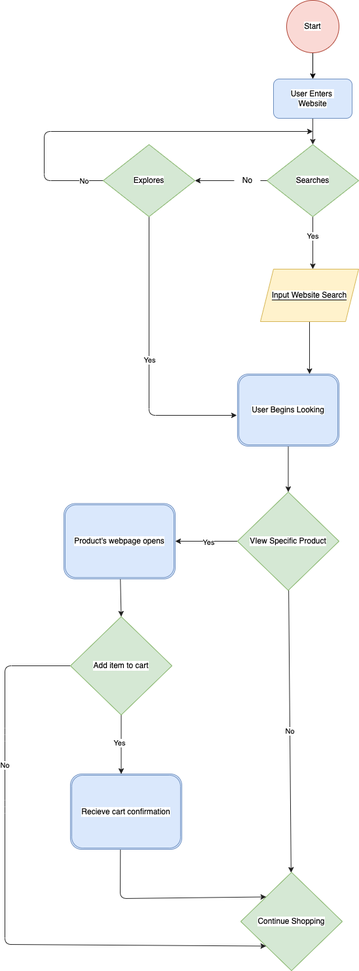
This is explore/diagramming/diagram.drawio.png from hhundhausen/sp23-cse110-lab4, a draw.io export, as it was before one commit. Source tidied: cells renumbered, new cells last; positions are measured from the earlier drawing's top-left corner, leaving out a move shared by most shapes. The source it was exported from:
```xml
<mxGraphModel background="#ffffff">
  <root>
    <mxCell id="0" />
    <mxCell id="1" parent="0" />
    <mxCell id="2" style="edgeStyle=none;html=1;exitX=0.5;exitY=1;exitDx=0;exitDy=0;fontColor=#000000;strokeColor=#000000;" parent="1" edge="1" source="3">
      <mxGeometry relative="1" as="geometry">
        <mxPoint x="470" y="120" as="targetPoint" />
      </mxGeometry>
    </mxCell>
    <mxCell id="3" value="&lt;font style=&quot;background-color: rgb(255, 255, 255);&quot; color=&quot;#000000&quot;&gt;Start&lt;/font&gt;" style="ellipse;whiteSpace=wrap;html=1;fillColor=#fad9d5;strokeColor=#ae4132;" parent="1" vertex="1">
      <mxGeometry x="430" width="80" height="80" as="geometry" />
    </mxCell>
    <mxCell id="4" style="edgeStyle=none;html=1;exitX=0.5;exitY=1;exitDx=0;exitDy=0;strokeColor=#2a2828;" parent="1" edge="1" source="5">
      <mxGeometry relative="1" as="geometry">
        <mxPoint x="470" y="220" as="targetPoint" />
      </mxGeometry>
    </mxCell>
    <mxCell id="5" value="&lt;font color=&quot;#000000&quot;&gt;&lt;span style=&quot;background-color: rgb(255, 255, 255);&quot;&gt;User Enters&amp;nbsp;&lt;br&gt;Website&lt;/span&gt;&lt;br&gt;&lt;/font&gt;" style="rounded=1;whiteSpace=wrap;html=1;fillColor=#dae8fc;strokeColor=#6c8ebf;" parent="1" vertex="1">
      <mxGeometry x="410" y="120" width="120" height="60" as="geometry" />
    </mxCell>
    <mxCell id="6" style="edgeStyle=none;html=1;fontColor=#000000;exitX=0.5;exitY=1;exitDx=0;exitDy=0;strokeColor=#1f1e1e;" parent="1" edge="1" source="9">
      <mxGeometry relative="1" as="geometry">
        <mxPoint x="470" y="410" as="targetPoint" />
      </mxGeometry>
    </mxCell>
    <mxCell id="7" value="&lt;span style=&quot;background-color: rgb(255, 255, 255);&quot;&gt;Yes&lt;/span&gt;" style="edgeLabel;html=1;align=center;verticalAlign=middle;fontColor=#000000;" parent="6" vertex="1">
      <mxGeometry x="-0.27" y="-1" relative="1" as="geometry" />
    </mxCell>
    <mxCell id="8" style="edgeStyle=none;html=1;fontColor=#000000;strokeColor=#212121;exitX=0;exitY=0.5;exitDx=0;exitDy=0;startArrow=none;" parent="1" edge="1" source="11">
      <mxGeometry relative="1" as="geometry">
        <mxPoint x="290" y="275" as="targetPoint" />
      </mxGeometry>
    </mxCell>
    <mxCell id="9" value="&lt;font color=&quot;#000000&quot;&gt;&lt;span style=&quot;background-color: rgb(255, 255, 255);&quot;&gt;Searches&lt;/span&gt;&lt;br&gt;&lt;/font&gt;" style="rhombus;whiteSpace=wrap;html=1;fillColor=#d5e8d4;strokeColor=#82b366;" parent="1" vertex="1">
      <mxGeometry x="400" y="220" width="140" height="110" as="geometry" />
    </mxCell>
    <mxCell id="10" style="edgeStyle=none;html=1;fontColor=#000000;strokeColor=#212121;exitX=0;exitY=0.5;exitDx=0;exitDy=0;endArrow=none;" parent="1" edge="1" source="9" target="11">
      <mxGeometry relative="1" as="geometry" />
    </mxCell>
    <mxCell id="11" value="&lt;font color=&quot;#000000&quot;&gt;No&lt;/font&gt;" style="text;html=1;align=center;verticalAlign=middle;points=[];strokeColor=none;fillColor=none;" parent="1" vertex="1">
      <mxGeometry x="350" y="260" width="40" height="30" as="geometry" />
    </mxCell>
    <mxCell id="12" style="edgeStyle=none;html=1;strokeColor=#212121;fontColor=#FFFFFF;" parent="1" edge="1" source="16">
      <mxGeometry relative="1" as="geometry">
        <mxPoint x="354" y="633" as="targetPoint" />
        <Array as="points">
          <mxPoint x="220" y="633" />
        </Array>
      </mxGeometry>
    </mxCell>
    <mxCell id="13" value="&lt;font style=&quot;background-color: rgb(255, 255, 255);&quot; color=&quot;#000000&quot;&gt;Yes&lt;/font&gt;" style="edgeLabel;html=1;align=center;verticalAlign=middle;fontColor=#FFFFFF;" parent="12" vertex="1">
      <mxGeometry relative="1" as="geometry" />
    </mxCell>
    <mxCell id="14" style="edgeStyle=none;html=1;strokeColor=#212121;fontColor=#000000;" parent="1" edge="1" source="16">
      <mxGeometry relative="1" as="geometry">
        <mxPoint x="470" y="200" as="targetPoint" />
        <Array as="points">
          <mxPoint x="60" y="275" />
          <mxPoint x="60" y="200" />
        </Array>
      </mxGeometry>
    </mxCell>
    <mxCell id="15" value="&lt;span style=&quot;background-color: rgb(255, 255, 255);&quot;&gt;No&lt;/span&gt;" style="edgeLabel;html=1;align=center;verticalAlign=middle;fontColor=#000000;" parent="14" vertex="1">
      <mxGeometry x="-0.72" y="-4" relative="1" as="geometry">
        <mxPoint x="50" y="4" as="offset" />
      </mxGeometry>
    </mxCell>
    <mxCell id="16" value="&lt;font style=&quot;background-color: rgb(255, 255, 255);&quot; color=&quot;#000000&quot;&gt;Explores&lt;/font&gt;" style="rhombus;whiteSpace=wrap;html=1;fillColor=#d5e8d4;strokeColor=#82b366;" parent="1" vertex="1">
      <mxGeometry x="150" y="220" width="140" height="110" as="geometry" />
    </mxCell>
    <mxCell id="17" style="edgeStyle=none;html=1;strokeColor=#212121;fontColor=#FFFFFF;" parent="1" edge="1" source="18">
      <mxGeometry relative="1" as="geometry">
        <mxPoint x="465" y="570" as="targetPoint" />
      </mxGeometry>
    </mxCell>
    <mxCell id="18" value="&lt;font style=&quot;background-color: rgb(255, 255, 255);&quot; color=&quot;#000000&quot;&gt;Input Website Search&lt;/font&gt;" style="shape=parallelogram;perimeter=parallelogramPerimeter;whiteSpace=wrap;html=1;fixedSize=1;labelBackgroundColor=#000000;fillColor=#FFF2CC;strokeColor=#d6b656;" parent="1" vertex="1">
      <mxGeometry x="390" y="410" width="150" height="80" as="geometry" />
    </mxCell>
    <mxCell id="19" style="html=1;strokeColor=#212121;fontColor=#000000;entryX=0.5;entryY=0;entryDx=0;entryDy=0;" parent="1" edge="1" source="20" target="24">
      <mxGeometry relative="1" as="geometry" />
    </mxCell>
    <mxCell id="20" value="&lt;font color=&quot;#000000&quot;&gt;User Begins Looking&lt;/font&gt;" style="shape=ext;double=1;rounded=1;whiteSpace=wrap;html=1;labelBackgroundColor=#FFFFFF;fillColor=#dae8fc;strokeColor=#6c8ebf;" parent="1" vertex="1">
      <mxGeometry x="355" y="570" width="155" height="110" as="geometry" />
    </mxCell>
    <mxCell id="21" style="edgeStyle=none;html=1;entryX=1;entryY=0.5;entryDx=0;entryDy=0;strokeColor=#212121;fontColor=#000000;" parent="1" edge="1" source="24" target="26">
      <mxGeometry relative="1" as="geometry" />
    </mxCell>
    <mxCell id="22" value="&lt;span style=&quot;background-color: rgb(255, 255, 255);&quot;&gt;Yes&lt;/span&gt;" style="edgeLabel;html=1;align=center;verticalAlign=middle;fontColor=#000000;" parent="21" vertex="1">
      <mxGeometry x="-0.06" y="1" relative="1" as="geometry" />
    </mxCell>
    <mxCell id="23" value="&lt;span style=&quot;background-color: rgb(255, 255, 255);&quot;&gt;No&lt;/span&gt;" style="edgeStyle=none;html=1;strokeColor=#212121;fontColor=#000000;" parent="1" edge="1" source="24" target="27">
      <mxGeometry relative="1" as="geometry" />
    </mxCell>
    <mxCell id="24" value="&lt;font color=&quot;#000000&quot;&gt;VIew Specific Product&lt;/font&gt;" style="rhombus;whiteSpace=wrap;html=1;labelBackgroundColor=#FFFFFF;fillColor=#d5e8d4;strokeColor=#82b366;" parent="1" vertex="1">
      <mxGeometry x="355" y="750" width="155" height="150" as="geometry" />
    </mxCell>
    <mxCell id="25" style="edgeStyle=none;html=1;entryX=0.5;entryY=0;entryDx=0;entryDy=0;labelBackgroundColor=#FFFFFF;strokeColor=#212121;fontColor=#000000;" parent="1" edge="1" source="26" target="32">
      <mxGeometry relative="1" as="geometry" />
    </mxCell>
    <mxCell id="26" value="&lt;font color=&quot;#000000&quot;&gt;Product's webpage opens&lt;/font&gt;" style="shape=ext;double=1;rounded=1;whiteSpace=wrap;html=1;labelBackgroundColor=#FFFFFF;fillColor=#dae8fc;strokeColor=#6c8ebf;" parent="1" vertex="1">
      <mxGeometry x="90" y="767.5" width="170" height="115" as="geometry" />
    </mxCell>
    <mxCell id="27" value="&lt;font color=&quot;#000000&quot;&gt;Continue Shopping&lt;/font&gt;" style="rhombus;whiteSpace=wrap;html=1;labelBackgroundColor=#FFFFFF;fillColor=#d5e8d4;strokeColor=#82b366;" parent="1" vertex="1">
      <mxGeometry x="360" y="1330" width="155" height="150" as="geometry" />
    </mxCell>
    <mxCell id="28" style="edgeStyle=none;html=1;labelBackgroundColor=#FFFFFF;strokeColor=#212121;fontColor=#000000;" parent="1" edge="1" source="32">
      <mxGeometry relative="1" as="geometry">
        <mxPoint x="177.5" y="1180" as="targetPoint" />
      </mxGeometry>
    </mxCell>
    <mxCell id="29" value="&lt;span style=&quot;background-color: rgb(255, 255, 255);&quot;&gt;Yes&lt;/span&gt;" style="edgeLabel;html=1;align=center;verticalAlign=middle;fontColor=#000000;" parent="28" vertex="1">
      <mxGeometry x="-0.06" y="-3" relative="1" as="geometry" />
    </mxCell>
    <mxCell id="30" style="edgeStyle=none;html=1;exitX=0;exitY=0.5;exitDx=0;exitDy=0;entryX=0;entryY=1;entryDx=0;entryDy=0;labelBackgroundColor=#FFFFFF;strokeColor=#212121;fontColor=#000000;" parent="1" edge="1" source="32" target="27">
      <mxGeometry relative="1" as="geometry">
        <Array as="points">
          <mxPoint y="1015" />
          <mxPoint y="1120" />
          <mxPoint y="1230" />
          <mxPoint y="1440" />
        </Array>
      </mxGeometry>
    </mxCell>
    <mxCell id="31" value="&lt;span style=&quot;background-color: rgb(255, 255, 255);&quot;&gt;No&lt;/span&gt;" style="edgeLabel;html=1;align=center;verticalAlign=middle;fontColor=#000000;" parent="30" vertex="1">
      <mxGeometry x="-0.46" y="-1" relative="1" as="geometry" />
    </mxCell>
    <mxCell id="32" value="&lt;font color=&quot;#000000&quot;&gt;Add item to cart&lt;/font&gt;" style="rhombus;whiteSpace=wrap;html=1;labelBackgroundColor=#FFFFFF;fillColor=#d5e8d4;strokeColor=#82b366;" parent="1" vertex="1">
      <mxGeometry x="100" y="940" width="155" height="150" as="geometry" />
    </mxCell>
    <mxCell id="33" style="edgeStyle=none;html=1;entryX=0;entryY=0;entryDx=0;entryDy=0;labelBackgroundColor=#FFFFFF;strokeColor=#212121;fontColor=#000000;exitX=0.449;exitY=0.983;exitDx=0;exitDy=0;exitPerimeter=0;" parent="1" edge="1" source="34" target="27">
      <mxGeometry relative="1" as="geometry">
        <Array as="points">
          <mxPoint x="176" y="1370" />
        </Array>
      </mxGeometry>
    </mxCell>
    <mxCell id="34" value="&lt;font color=&quot;#000000&quot;&gt;Recieve cart confirmation&lt;/font&gt;" style="shape=ext;double=1;rounded=1;whiteSpace=wrap;html=1;labelBackgroundColor=#FFFFFF;fillColor=#dae8fc;strokeColor=#6c8ebf;" parent="1" vertex="1">
      <mxGeometry x="100" y="1180" width="170" height="115" as="geometry" />
    </mxCell>
  </root>
</mxGraphModel>
```
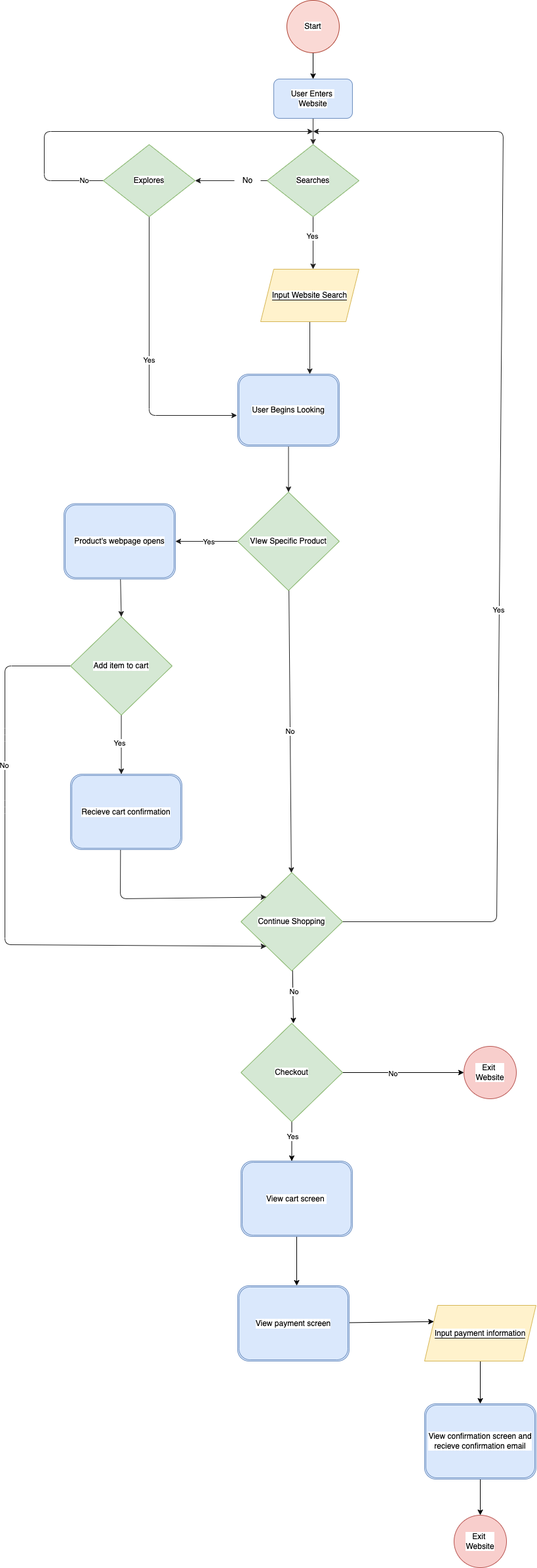
The same file after the commit.

Diff of the diagram source:
```diff
@@ -1,4 +1,4 @@
-<mxGraphModel background="#ffffff">
+<mxGraphModel background="#ffffff" shadow="1">
   <root>
     <mxCell id="0" />
     <mxCell id="1" parent="0" />
@@ -100,6 +100,26 @@
     <mxCell id="26" value="&lt;font color=&quot;#000000&quot;&gt;Product's webpage opens&lt;/font&gt;" style="shape=ext;double=1;rounded=1;whiteSpace=wrap;html=1;labelBackgroundColor=#FFFFFF;fillColor=#dae8fc;strokeColor=#6c8ebf;" parent="1" vertex="1">
       <mxGeometry x="90" y="767.5" width="170" height="115" as="geometry" />
     </mxCell>
+    <mxCell id="35" style="edgeStyle=none;html=1;labelBackgroundColor=#FFFFFF;strokeColor=#212121;fontColor=#000000;" parent="1" edge="1" source="27">
+      <mxGeometry relative="1" as="geometry">
+        <mxPoint x="470" y="200" as="targetPoint" />
+        <Array as="points">
+          <mxPoint x="750" y="1405" />
+          <mxPoint x="760" y="200" />
+        </Array>
+      </mxGeometry>
+    </mxCell>
+    <mxCell id="36" value="&lt;span style=&quot;background-color: rgb(255, 255, 255);&quot;&gt;Yes&lt;/span&gt;" style="edgeLabel;html=1;align=center;verticalAlign=middle;fontColor=#000000;" parent="35" vertex="1">
+      <mxGeometry x="-0.18" y="1" relative="1" as="geometry" />
+    </mxCell>
+    <mxCell id="37" style="edgeStyle=none;html=1;strokeColor=#000000;" parent="1" edge="1" source="27">
+      <mxGeometry relative="1" as="geometry">
+        <mxPoint x="440" y="1560" as="targetPoint" />
+      </mxGeometry>
+    </mxCell>
+    <mxCell id="38" value="&lt;span style=&quot;background-color: rgb(255, 255, 255);&quot;&gt;&lt;font color=&quot;#000000&quot;&gt;No&lt;/font&gt;&lt;/span&gt;" style="edgeLabel;html=1;align=center;verticalAlign=middle;" parent="37" vertex="1">
+      <mxGeometry x="-0.2" y="2" relative="1" as="geometry" />
+    </mxCell>
     <mxCell id="27" value="&lt;font color=&quot;#000000&quot;&gt;Continue Shopping&lt;/font&gt;" style="rhombus;whiteSpace=wrap;html=1;labelBackgroundColor=#FFFFFF;fillColor=#d5e8d4;strokeColor=#82b366;" parent="1" vertex="1">
       <mxGeometry x="360" y="1330" width="155" height="150" as="geometry" />
     </mxCell>
@@ -137,5 +157,58 @@
     <mxCell id="34" value="&lt;font color=&quot;#000000&quot;&gt;Recieve cart confirmation&lt;/font&gt;" style="shape=ext;double=1;rounded=1;whiteSpace=wrap;html=1;labelBackgroundColor=#FFFFFF;fillColor=#dae8fc;strokeColor=#6c8ebf;" parent="1" vertex="1">
       <mxGeometry x="100" y="1180" width="170" height="115" as="geometry" />
     </mxCell>
+    <mxCell id="39" style="edgeStyle=none;html=1;strokeColor=#000000;fontColor=#000000;" parent="1" edge="1" source="43">
+      <mxGeometry relative="1" as="geometry">
+        <mxPoint x="700" y="1635" as="targetPoint" />
+      </mxGeometry>
+    </mxCell>
+    <mxCell id="40" value="&lt;span style=&quot;background-color: rgb(255, 255, 255);&quot;&gt;No&lt;/span&gt;" style="edgeLabel;html=1;align=center;verticalAlign=middle;fontColor=#000000;" parent="39" vertex="1">
+      <mxGeometry x="-0.16" y="-2" relative="1" as="geometry" />
+    </mxCell>
+    <mxCell id="41" style="edgeStyle=none;html=1;strokeColor=#000000;fontColor=#000000;" parent="1" edge="1" source="43">
+      <mxGeometry relative="1" as="geometry">
+        <mxPoint x="437.5" y="1770" as="targetPoint" />
+      </mxGeometry>
+    </mxCell>
+    <mxCell id="42" value="&lt;span style=&quot;background-color: rgb(255, 255, 255);&quot;&gt;Yes&lt;/span&gt;" style="edgeLabel;html=1;align=center;verticalAlign=middle;fontColor=#000000;" parent="41" vertex="1">
+      <mxGeometry x="-0.25" y="1" relative="1" as="geometry" />
+    </mxCell>
+    <mxCell id="43" value="&lt;font color=&quot;#000000&quot;&gt;Checkout&lt;/font&gt;" style="rhombus;whiteSpace=wrap;html=1;labelBackgroundColor=#FFFFFF;fillColor=#d5e8d4;strokeColor=#82b366;" parent="1" vertex="1">
+      <mxGeometry x="360" y="1560" width="155" height="150" as="geometry" />
+    </mxCell>
+    <mxCell id="44" value="&lt;font color=&quot;#000000&quot;&gt;Exit&amp;nbsp;&lt;br&gt;Website&lt;br&gt;&lt;/font&gt;" style="ellipse;whiteSpace=wrap;html=1;labelBackgroundColor=#FFFFFF;fillColor=#f8cecc;strokeColor=#b85450;" parent="1" vertex="1">
+      <mxGeometry x="700" y="1595" width="80" height="80" as="geometry" />
+    </mxCell>
+    <mxCell id="45" style="edgeStyle=none;html=1;strokeColor=#000000;fontColor=#000000;" parent="1" edge="1" source="46">
+      <mxGeometry relative="1" as="geometry">
+        <mxPoint x="445" y="1960" as="targetPoint" />
+      </mxGeometry>
+    </mxCell>
+    <mxCell id="46" value="&lt;font color=&quot;#000000&quot;&gt;View cart screen&amp;nbsp;&lt;/font&gt;" style="shape=ext;double=1;rounded=1;whiteSpace=wrap;html=1;labelBackgroundColor=#FFFFFF;fillColor=#dae8fc;strokeColor=#6c8ebf;" parent="1" vertex="1">
+      <mxGeometry x="360" y="1770" width="170" height="115" as="geometry" />
+    </mxCell>
+    <mxCell id="47" style="edgeStyle=none;html=1;entryX=0;entryY=0.25;entryDx=0;entryDy=0;strokeColor=#000000;fontColor=#000000;" parent="1" edge="1" source="48" target="50">
+      <mxGeometry relative="1" as="geometry" />
+    </mxCell>
+    <mxCell id="48" value="&lt;font color=&quot;#000000&quot;&gt;View payment screen&lt;/font&gt;" style="shape=ext;double=1;rounded=1;whiteSpace=wrap;html=1;labelBackgroundColor=#FFFFFF;fillColor=#dae8fc;strokeColor=#6c8ebf;" parent="1" vertex="1">
+      <mxGeometry x="355" y="1960" width="170" height="115" as="geometry" />
+    </mxCell>
+    <mxCell id="49" style="edgeStyle=none;html=1;entryX=0.5;entryY=0;entryDx=0;entryDy=0;strokeColor=#000000;fontColor=#000000;" parent="1" edge="1" source="50" target="52">
+      <mxGeometry relative="1" as="geometry" />
+    </mxCell>
+    <mxCell id="50" value="&lt;span style=&quot;background-color: rgb(255, 255, 255);&quot;&gt;&lt;font color=&quot;#000000&quot;&gt;Input payment information&lt;/font&gt;&lt;/span&gt;" style="shape=parallelogram;perimeter=parallelogramPerimeter;whiteSpace=wrap;html=1;fixedSize=1;labelBackgroundColor=#000000;fillColor=#FFF2CC;strokeColor=#d6b656;" parent="1" vertex="1">
+      <mxGeometry x="640" y="1990" width="170" height="85" as="geometry" />
+    </mxCell>
+    <mxCell id="51" style="edgeStyle=none;html=1;strokeColor=#000000;fontColor=#000000;" parent="1" edge="1" source="52">
+      <mxGeometry relative="1" as="geometry">
+        <mxPoint x="725" y="2310" as="targetPoint" />
+      </mxGeometry>
+    </mxCell>
+    <mxCell id="52" value="&lt;font color=&quot;#000000&quot;&gt;View confirmation screen and&lt;br&gt;recieve confirmation email&lt;br&gt;&lt;/font&gt;" style="shape=ext;double=1;rounded=1;whiteSpace=wrap;html=1;labelBackgroundColor=#FFFFFF;fillColor=#dae8fc;strokeColor=#6c8ebf;" parent="1" vertex="1">
+      <mxGeometry x="640" y="2140" width="170" height="115" as="geometry" />
+    </mxCell>
+    <mxCell id="53" value="&lt;font color=&quot;#000000&quot;&gt;Exit&amp;nbsp;&lt;br&gt;Website&lt;br&gt;&lt;/font&gt;" style="ellipse;whiteSpace=wrap;html=1;labelBackgroundColor=#FFFFFF;fillColor=#f8cecc;strokeColor=#b85450;" parent="1" vertex="1">
+      <mxGeometry x="685" y="2310" width="80" height="80" as="geometry" />
+    </mxCell>
   </root>
 </mxGraphModel>
```
